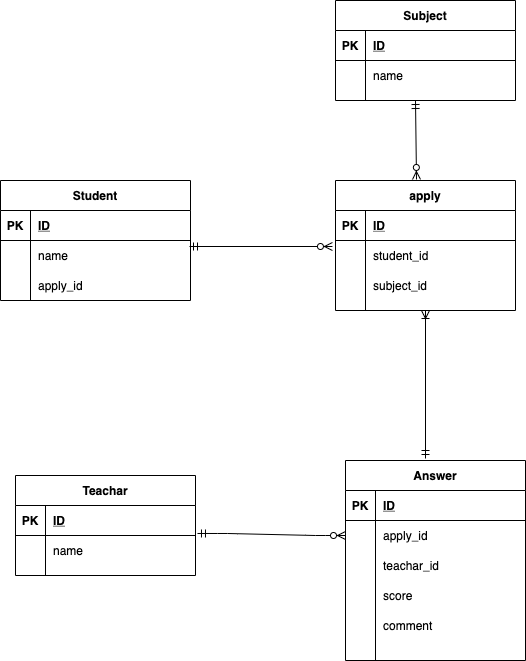
Above: index.drawio.png in ninaaaaaaaaaaaaaaa/er (draw.io), before the change. Source tidied: cells renumbered, new cells last; positions are measured from the earlier drawing's top-left corner, leaving out a move shared by most shapes.
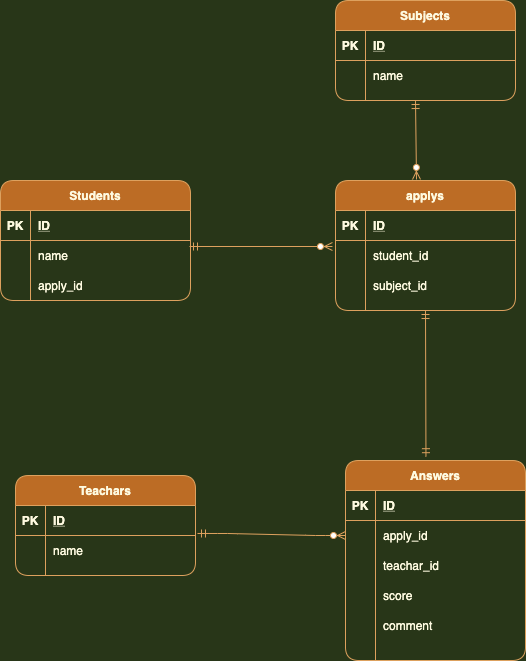
The same diagram one commit later.

Commit message:
直しました！

Change to the diagram source:
```diff
@@ -1,174 +1,174 @@
-<mxGraphModel>
+<mxGraphModel background="#283618">
   <root>
     <mxCell id="0" />
     <mxCell id="1" parent="0" />
-    <mxCell id="2" value="Student" style="shape=table;startSize=30;rowLines=0;fontStyle=1;align=center;" parent="1" vertex="1">
+    <mxCell id="2" value="Students" style="shape=table;startSize=30;rowLines=0;fontStyle=1;align=center;fillColor=#BC6C25;strokeColor=#DDA15E;fontColor=#FEFAE0;rounded=1;" parent="1" vertex="1">
       <mxGeometry y="180" width="190" height="120" as="geometry" />
     </mxCell>
-    <mxCell id="3" style="shape=partialRectangle;fillColor=none;top=0;left=0;bottom=1;right=0;" parent="2" vertex="1">
+    <mxCell id="3" style="shape=partialRectangle;fillColor=none;top=0;left=0;bottom=1;right=0;strokeColor=#DDA15E;fontColor=#FEFAE0;rounded=1;" parent="2" vertex="1">
       <mxGeometry y="30" width="190" height="30" as="geometry" />
     </mxCell>
-    <mxCell id="4" value="PK" style="shape=partialRectangle;fillColor=none;top=0;left=0;bottom=0;right=0;fontStyle=1;overflow=hidden;" parent="3" vertex="1">
+    <mxCell id="4" value="PK" style="shape=partialRectangle;fillColor=none;top=0;left=0;bottom=0;right=0;fontStyle=1;overflow=hidden;strokeColor=#DDA15E;fontColor=#FEFAE0;rounded=1;" parent="3" vertex="1">
       <mxGeometry width="30" height="30" as="geometry" />
     </mxCell>
-    <mxCell id="5" value="ID" style="shape=partialRectangle;fillColor=none;top=0;left=0;bottom=0;right=0;align=left;spacingLeft=6;fontStyle=5;overflow=hidden;" parent="3" vertex="1">
+    <mxCell id="5" value="ID" style="shape=partialRectangle;fillColor=none;top=0;left=0;bottom=0;right=0;align=left;spacingLeft=6;fontStyle=5;overflow=hidden;strokeColor=#DDA15E;fontColor=#FEFAE0;rounded=1;" parent="3" vertex="1">
       <mxGeometry x="30" width="160" height="30" as="geometry" />
     </mxCell>
-    <mxCell id="6" style="shape=partialRectangle;fillColor=none;top=0;left=0;bottom=0;right=0;" parent="2" vertex="1">
+    <mxCell id="6" style="shape=partialRectangle;fillColor=none;top=0;left=0;bottom=0;right=0;strokeColor=#DDA15E;fontColor=#FEFAE0;rounded=1;" parent="2" vertex="1">
       <mxGeometry y="60" width="190" height="30" as="geometry" />
     </mxCell>
-    <mxCell id="7" style="shape=partialRectangle;fillColor=none;top=0;left=0;bottom=0;right=0;overflow=hidden;" parent="6" vertex="1">
+    <mxCell id="7" style="shape=partialRectangle;fillColor=none;top=0;left=0;bottom=0;right=0;overflow=hidden;strokeColor=#DDA15E;fontColor=#FEFAE0;rounded=1;" parent="6" vertex="1">
       <mxGeometry width="30" height="30" as="geometry" />
     </mxCell>
-    <mxCell id="8" value="name" style="shape=partialRectangle;fillColor=none;top=0;left=0;bottom=0;right=0;align=left;spacingLeft=6;overflow=hidden;" parent="6" vertex="1">
+    <mxCell id="8" value="name" style="shape=partialRectangle;fillColor=none;top=0;left=0;bottom=0;right=0;align=left;spacingLeft=6;overflow=hidden;strokeColor=#DDA15E;fontColor=#FEFAE0;rounded=1;" parent="6" vertex="1">
       <mxGeometry x="30" width="160" height="30" as="geometry" />
     </mxCell>
-    <mxCell id="9" style="shape=partialRectangle;fillColor=none;top=0;left=0;bottom=0;right=0;" parent="2" vertex="1">
+    <mxCell id="9" style="shape=partialRectangle;fillColor=none;top=0;left=0;bottom=0;right=0;strokeColor=#DDA15E;fontColor=#FEFAE0;rounded=1;" parent="2" vertex="1">
       <mxGeometry y="90" width="190" height="30" as="geometry" />
     </mxCell>
-    <mxCell id="10" style="shape=partialRectangle;fillColor=none;top=0;left=0;bottom=0;right=0;overflow=hidden;" parent="9" vertex="1">
+    <mxCell id="10" style="shape=partialRectangle;fillColor=none;top=0;left=0;bottom=0;right=0;overflow=hidden;strokeColor=#DDA15E;fontColor=#FEFAE0;rounded=1;" parent="9" vertex="1">
       <mxGeometry width="30" height="30" as="geometry" />
     </mxCell>
-    <mxCell id="11" value="apply_id" style="shape=partialRectangle;fillColor=none;top=0;left=0;bottom=0;right=0;align=left;spacingLeft=6;overflow=hidden;" parent="9" vertex="1">
+    <mxCell id="11" value="apply_id" style="shape=partialRectangle;fillColor=none;top=0;left=0;bottom=0;right=0;align=left;spacingLeft=6;overflow=hidden;strokeColor=#DDA15E;fontColor=#FEFAE0;rounded=1;" parent="9" vertex="1">
       <mxGeometry x="30" width="160" height="30" as="geometry" />
     </mxCell>
-    <mxCell id="12" value="Teachar" style="shape=table;startSize=30;rowLines=0;fontStyle=1;align=center;" parent="1" vertex="1">
+    <mxCell id="12" value="Teachars" style="shape=table;startSize=30;rowLines=0;fontStyle=1;align=center;fillColor=#BC6C25;strokeColor=#DDA15E;fontColor=#FEFAE0;rounded=1;" parent="1" vertex="1">
       <mxGeometry x="15" y="475" width="180" height="100" as="geometry" />
     </mxCell>
-    <mxCell id="13" style="shape=partialRectangle;fillColor=none;top=0;left=0;bottom=1;right=0;points=[[0,0.5],[1,0.5]];portConstraint=eastwest;" parent="12" vertex="1">
+    <mxCell id="13" style="shape=partialRectangle;fillColor=none;top=0;left=0;bottom=1;right=0;points=[[0,0.5],[1,0.5]];portConstraint=eastwest;strokeColor=#DDA15E;fontColor=#FEFAE0;rounded=1;" parent="12" vertex="1">
       <mxGeometry y="30" width="180" height="30" as="geometry" />
     </mxCell>
-    <mxCell id="14" value="PK" style="shape=partialRectangle;fillColor=none;top=0;left=0;bottom=0;right=0;fontStyle=1;overflow=hidden;" parent="13" vertex="1">
+    <mxCell id="14" value="PK" style="shape=partialRectangle;fillColor=none;top=0;left=0;bottom=0;right=0;fontStyle=1;overflow=hidden;strokeColor=#DDA15E;fontColor=#FEFAE0;rounded=1;" parent="13" vertex="1">
       <mxGeometry width="30" height="30" as="geometry" />
     </mxCell>
-    <mxCell id="15" value="ID" style="shape=partialRectangle;fillColor=none;top=0;left=0;bottom=0;right=0;align=left;spacingLeft=6;fontStyle=5;overflow=hidden;" parent="13" vertex="1">
+    <mxCell id="15" value="ID" style="shape=partialRectangle;fillColor=none;top=0;left=0;bottom=0;right=0;align=left;spacingLeft=6;fontStyle=5;overflow=hidden;strokeColor=#DDA15E;fontColor=#FEFAE0;rounded=1;" parent="13" vertex="1">
       <mxGeometry x="30" width="150" height="30" as="geometry" />
     </mxCell>
-    <mxCell id="16" style="shape=partialRectangle;fillColor=none;top=0;left=0;bottom=0;right=0;" parent="12" vertex="1">
+    <mxCell id="16" style="shape=partialRectangle;fillColor=none;top=0;left=0;bottom=0;right=0;strokeColor=#DDA15E;fontColor=#FEFAE0;rounded=1;" parent="12" vertex="1">
       <mxGeometry y="60" width="180" height="30" as="geometry" />
     </mxCell>
-    <mxCell id="17" style="shape=partialRectangle;fillColor=none;top=0;left=0;bottom=0;right=0;overflow=hidden;" parent="16" vertex="1">
+    <mxCell id="17" style="shape=partialRectangle;fillColor=none;top=0;left=0;bottom=0;right=0;overflow=hidden;strokeColor=#DDA15E;fontColor=#FEFAE0;rounded=1;" parent="16" vertex="1">
       <mxGeometry width="30" height="30" as="geometry" />
     </mxCell>
-    <mxCell id="18" value="name" style="shape=partialRectangle;fillColor=none;top=0;left=0;bottom=0;right=0;align=left;spacingLeft=6;overflow=hidden;" parent="16" vertex="1">
+    <mxCell id="18" value="name" style="shape=partialRectangle;fillColor=none;top=0;left=0;bottom=0;right=0;align=left;spacingLeft=6;overflow=hidden;strokeColor=#DDA15E;fontColor=#FEFAE0;rounded=1;" parent="16" vertex="1">
       <mxGeometry x="30" width="150" height="30" as="geometry" />
     </mxCell>
-    <mxCell id="19" value="Subject" style="shape=table;startSize=30;rowLines=0;fontStyle=1;align=center;" parent="1" vertex="1">
+    <mxCell id="19" value="Subjects" style="shape=table;startSize=30;rowLines=0;fontStyle=1;align=center;fillColor=#BC6C25;strokeColor=#DDA15E;fontColor=#FEFAE0;rounded=1;" parent="1" vertex="1">
       <mxGeometry x="335" width="180" height="100" as="geometry" />
     </mxCell>
-    <mxCell id="20" style="shape=partialRectangle;fillColor=none;top=0;left=0;bottom=1;right=0;" parent="19" vertex="1">
+    <mxCell id="20" style="shape=partialRectangle;fillColor=none;top=0;left=0;bottom=1;right=0;strokeColor=#DDA15E;fontColor=#FEFAE0;rounded=1;" parent="19" vertex="1">
       <mxGeometry y="30" width="180" height="30" as="geometry" />
     </mxCell>
-    <mxCell id="21" value="PK" style="shape=partialRectangle;fillColor=none;top=0;left=0;bottom=0;right=0;fontStyle=1;overflow=hidden;" parent="20" vertex="1">
+    <mxCell id="21" value="PK" style="shape=partialRectangle;fillColor=none;top=0;left=0;bottom=0;right=0;fontStyle=1;overflow=hidden;strokeColor=#DDA15E;fontColor=#FEFAE0;rounded=1;" parent="20" vertex="1">
       <mxGeometry width="30" height="30" as="geometry" />
     </mxCell>
-    <mxCell id="22" value="ID" style="shape=partialRectangle;fillColor=none;top=0;left=0;bottom=0;right=0;align=left;spacingLeft=6;fontStyle=5;overflow=hidden;" parent="20" vertex="1">
+    <mxCell id="22" value="ID" style="shape=partialRectangle;fillColor=none;top=0;left=0;bottom=0;right=0;align=left;spacingLeft=6;fontStyle=5;overflow=hidden;strokeColor=#DDA15E;fontColor=#FEFAE0;rounded=1;" parent="20" vertex="1">
       <mxGeometry x="30" width="150" height="30" as="geometry" />
     </mxCell>
-    <mxCell id="23" style="shape=partialRectangle;fillColor=none;top=0;left=0;bottom=0;right=0;" parent="19" vertex="1">
+    <mxCell id="23" style="shape=partialRectangle;fillColor=none;top=0;left=0;bottom=0;right=0;strokeColor=#DDA15E;fontColor=#FEFAE0;rounded=1;" parent="19" vertex="1">
       <mxGeometry y="60" width="180" height="30" as="geometry" />
     </mxCell>
-    <mxCell id="24" style="shape=partialRectangle;fillColor=none;top=0;left=0;bottom=0;right=0;overflow=hidden;" parent="23" vertex="1">
+    <mxCell id="24" style="shape=partialRectangle;fillColor=none;top=0;left=0;bottom=0;right=0;overflow=hidden;strokeColor=#DDA15E;fontColor=#FEFAE0;rounded=1;" parent="23" vertex="1">
       <mxGeometry width="30" height="30" as="geometry" />
     </mxCell>
-    <mxCell id="25" value="name" style="shape=partialRectangle;fillColor=none;top=0;left=0;bottom=0;right=0;align=left;spacingLeft=6;overflow=hidden;" parent="23" vertex="1">
+    <mxCell id="25" value="name" style="shape=partialRectangle;fillColor=none;top=0;left=0;bottom=0;right=0;align=left;spacingLeft=6;overflow=hidden;strokeColor=#DDA15E;fontColor=#FEFAE0;rounded=1;" parent="23" vertex="1">
       <mxGeometry x="30" width="150" height="30" as="geometry" />
     </mxCell>
-    <mxCell id="26" value="Answer" style="shape=table;startSize=30;rowLines=0;fontStyle=1;align=center;" parent="1" vertex="1">
+    <mxCell id="26" value="Answers" style="shape=table;startSize=30;rowLines=0;fontStyle=1;align=center;fillColor=#BC6C25;strokeColor=#DDA15E;fontColor=#FEFAE0;rounded=1;" parent="1" vertex="1">
       <mxGeometry x="345" y="460" width="180" height="200" as="geometry" />
     </mxCell>
-    <mxCell id="27" style="shape=partialRectangle;fillColor=none;top=0;left=0;bottom=1;right=0;" parent="26" vertex="1">
+    <mxCell id="27" style="shape=partialRectangle;fillColor=none;top=0;left=0;bottom=1;right=0;strokeColor=#DDA15E;fontColor=#FEFAE0;rounded=1;" parent="26" vertex="1">
       <mxGeometry y="30" width="180" height="30" as="geometry" />
     </mxCell>
-    <mxCell id="28" value="PK" style="shape=partialRectangle;fillColor=none;top=0;left=0;bottom=0;right=0;fontStyle=1;overflow=hidden;" parent="27" vertex="1">
+    <mxCell id="28" value="PK" style="shape=partialRectangle;fillColor=none;top=0;left=0;bottom=0;right=0;fontStyle=1;overflow=hidden;strokeColor=#DDA15E;fontColor=#FEFAE0;rounded=1;" parent="27" vertex="1">
       <mxGeometry width="30" height="30" as="geometry" />
     </mxCell>
-    <mxCell id="29" value="ID" style="shape=partialRectangle;fillColor=none;top=0;left=0;bottom=0;right=0;align=left;spacingLeft=6;fontStyle=5;overflow=hidden;" parent="27" vertex="1">
+    <mxCell id="29" value="ID" style="shape=partialRectangle;fillColor=none;top=0;left=0;bottom=0;right=0;align=left;spacingLeft=6;fontStyle=5;overflow=hidden;strokeColor=#DDA15E;fontColor=#FEFAE0;rounded=1;" parent="27" vertex="1">
       <mxGeometry x="30" width="150" height="30" as="geometry" />
     </mxCell>
-    <mxCell id="30" style="shape=partialRectangle;fillColor=none;top=0;left=0;bottom=0;right=0;points=[[0,0.5],[1,0.5]];portConstraint=eastwest;" parent="26" vertex="1">
+    <mxCell id="30" style="shape=partialRectangle;fillColor=none;top=0;left=0;bottom=0;right=0;points=[[0,0.5],[1,0.5]];portConstraint=eastwest;strokeColor=#DDA15E;fontColor=#FEFAE0;rounded=1;" parent="26" vertex="1">
       <mxGeometry y="60" width="180" height="30" as="geometry" />
     </mxCell>
-    <mxCell id="31" style="shape=partialRectangle;fillColor=none;top=0;left=0;bottom=0;right=0;overflow=hidden;" parent="30" vertex="1">
+    <mxCell id="31" style="shape=partialRectangle;fillColor=none;top=0;left=0;bottom=0;right=0;overflow=hidden;strokeColor=#DDA15E;fontColor=#FEFAE0;rounded=1;" parent="30" vertex="1">
       <mxGeometry width="30" height="30" as="geometry" />
     </mxCell>
-    <mxCell id="32" value="apply_id" style="shape=partialRectangle;fillColor=none;top=0;left=0;bottom=0;right=0;align=left;spacingLeft=6;overflow=hidden;" parent="30" vertex="1">
+    <mxCell id="32" value="apply_id" style="shape=partialRectangle;fillColor=none;top=0;left=0;bottom=0;right=0;align=left;spacingLeft=6;overflow=hidden;strokeColor=#DDA15E;fontColor=#FEFAE0;rounded=1;" parent="30" vertex="1">
       <mxGeometry x="30" width="150" height="30" as="geometry" />
     </mxCell>
-    <mxCell id="33" style="shape=partialRectangle;fillColor=none;top=0;left=0;bottom=0;right=0;" parent="26" vertex="1">
+    <mxCell id="33" style="shape=partialRectangle;fillColor=none;top=0;left=0;bottom=0;right=0;strokeColor=#DDA15E;fontColor=#FEFAE0;rounded=1;" parent="26" vertex="1">
       <mxGeometry y="90" width="180" height="30" as="geometry" />
     </mxCell>
-    <mxCell id="34" style="shape=partialRectangle;fillColor=none;top=0;left=0;bottom=0;right=0;overflow=hidden;" parent="33" vertex="1">
+    <mxCell id="34" style="shape=partialRectangle;fillColor=none;top=0;left=0;bottom=0;right=0;overflow=hidden;strokeColor=#DDA15E;fontColor=#FEFAE0;rounded=1;" parent="33" vertex="1">
       <mxGeometry width="30" height="30" as="geometry" />
     </mxCell>
-    <mxCell id="35" value="teachar_id" style="shape=partialRectangle;fillColor=none;top=0;left=0;bottom=0;right=0;align=left;spacingLeft=6;overflow=hidden;" parent="33" vertex="1">
+    <mxCell id="35" value="teachar_id" style="shape=partialRectangle;fillColor=none;top=0;left=0;bottom=0;right=0;align=left;spacingLeft=6;overflow=hidden;strokeColor=#DDA15E;fontColor=#FEFAE0;rounded=1;" parent="33" vertex="1">
       <mxGeometry x="30" width="150" height="30" as="geometry" />
     </mxCell>
-    <mxCell id="36" style="shape=partialRectangle;fillColor=none;top=0;left=0;bottom=0;right=0;" parent="26" vertex="1">
+    <mxCell id="36" style="shape=partialRectangle;fillColor=none;top=0;left=0;bottom=0;right=0;strokeColor=#DDA15E;fontColor=#FEFAE0;rounded=1;" parent="26" vertex="1">
       <mxGeometry y="120" width="180" height="30" as="geometry" />
     </mxCell>
-    <mxCell id="37" style="shape=partialRectangle;fillColor=none;top=0;left=0;bottom=0;right=0;overflow=hidden;" parent="36" vertex="1">
+    <mxCell id="37" style="shape=partialRectangle;fillColor=none;top=0;left=0;bottom=0;right=0;overflow=hidden;strokeColor=#DDA15E;fontColor=#FEFAE0;rounded=1;" parent="36" vertex="1">
       <mxGeometry width="30" height="30" as="geometry" />
     </mxCell>
-    <mxCell id="38" value="score" style="shape=partialRectangle;fillColor=none;top=0;left=0;bottom=0;right=0;align=left;spacingLeft=6;overflow=hidden;" parent="36" vertex="1">
+    <mxCell id="38" value="score" style="shape=partialRectangle;fillColor=none;top=0;left=0;bottom=0;right=0;align=left;spacingLeft=6;overflow=hidden;strokeColor=#DDA15E;fontColor=#FEFAE0;rounded=1;" parent="36" vertex="1">
       <mxGeometry x="30" width="150" height="30" as="geometry" />
     </mxCell>
-    <mxCell id="39" style="shape=partialRectangle;fillColor=none;top=0;left=0;bottom=0;right=0;" parent="26" vertex="1">
+    <mxCell id="39" style="shape=partialRectangle;fillColor=none;top=0;left=0;bottom=0;right=0;strokeColor=#DDA15E;fontColor=#FEFAE0;rounded=1;" parent="26" vertex="1">
       <mxGeometry y="150" width="180" height="30" as="geometry" />
     </mxCell>
-    <mxCell id="40" style="shape=partialRectangle;fillColor=none;top=0;left=0;bottom=0;right=0;overflow=hidden;" parent="39" vertex="1">
+    <mxCell id="40" style="shape=partialRectangle;fillColor=none;top=0;left=0;bottom=0;right=0;overflow=hidden;strokeColor=#DDA15E;fontColor=#FEFAE0;rounded=1;" parent="39" vertex="1">
       <mxGeometry width="30" height="30" as="geometry" />
     </mxCell>
-    <mxCell id="41" value="comment" style="shape=partialRectangle;fillColor=none;top=0;left=0;bottom=0;right=0;align=left;spacingLeft=6;overflow=hidden;" parent="39" vertex="1">
+    <mxCell id="41" value="comment" style="shape=partialRectangle;fillColor=none;top=0;left=0;bottom=0;right=0;align=left;spacingLeft=6;overflow=hidden;strokeColor=#DDA15E;fontColor=#FEFAE0;rounded=1;" parent="39" vertex="1">
       <mxGeometry x="30" width="150" height="30" as="geometry" />
     </mxCell>
-    <mxCell id="42" value="apply" style="shape=table;startSize=30;rowLines=0;fontStyle=1;align=center;" parent="1" vertex="1">
+    <mxCell id="42" value="applys" style="shape=table;startSize=30;rowLines=0;fontStyle=1;align=center;fillColor=#BC6C25;strokeColor=#DDA15E;fontColor=#FEFAE0;rounded=1;" parent="1" vertex="1">
       <mxGeometry x="335" y="180" width="180" height="130" as="geometry" />
     </mxCell>
-    <mxCell id="43" style="shape=partialRectangle;fillColor=none;top=0;left=0;bottom=1;right=0;" parent="42" vertex="1">
+    <mxCell id="43" style="shape=partialRectangle;fillColor=none;top=0;left=0;bottom=1;right=0;strokeColor=#DDA15E;fontColor=#FEFAE0;rounded=1;" parent="42" vertex="1">
       <mxGeometry y="30" width="180" height="30" as="geometry" />
     </mxCell>
-    <mxCell id="44" value="PK" style="shape=partialRectangle;fillColor=none;top=0;left=0;bottom=0;right=0;fontStyle=1;overflow=hidden;" parent="43" vertex="1">
+    <mxCell id="44" value="PK" style="shape=partialRectangle;fillColor=none;top=0;left=0;bottom=0;right=0;fontStyle=1;overflow=hidden;strokeColor=#DDA15E;fontColor=#FEFAE0;rounded=1;" parent="43" vertex="1">
       <mxGeometry width="30" height="30" as="geometry" />
     </mxCell>
-    <mxCell id="45" value="ID" style="shape=partialRectangle;fillColor=none;top=0;left=0;bottom=0;right=0;align=left;spacingLeft=6;fontStyle=5;overflow=hidden;" parent="43" vertex="1">
+    <mxCell id="45" value="ID" style="shape=partialRectangle;fillColor=none;top=0;left=0;bottom=0;right=0;align=left;spacingLeft=6;fontStyle=5;overflow=hidden;strokeColor=#DDA15E;fontColor=#FEFAE0;rounded=1;" parent="43" vertex="1">
       <mxGeometry x="30" width="150" height="30" as="geometry" />
     </mxCell>
-    <mxCell id="46" style="shape=partialRectangle;fillColor=none;top=0;left=0;bottom=0;right=0;points=[[0,0.5],[1,0.5]];portConstraint=eastwest;" parent="42" vertex="1">
+    <mxCell id="46" style="shape=partialRectangle;fillColor=none;top=0;left=0;bottom=0;right=0;points=[[0,0.5],[1,0.5]];portConstraint=eastwest;strokeColor=#DDA15E;fontColor=#FEFAE0;rounded=1;" parent="42" vertex="1">
       <mxGeometry y="60" width="180" height="30" as="geometry" />
     </mxCell>
-    <mxCell id="47" style="shape=partialRectangle;fillColor=none;top=0;left=0;bottom=0;right=0;overflow=hidden;" parent="46" vertex="1">
+    <mxCell id="47" style="shape=partialRectangle;fillColor=none;top=0;left=0;bottom=0;right=0;overflow=hidden;strokeColor=#DDA15E;fontColor=#FEFAE0;rounded=1;" parent="46" vertex="1">
       <mxGeometry width="30" height="30" as="geometry" />
     </mxCell>
-    <mxCell id="48" value="student_id" style="shape=partialRectangle;fillColor=none;top=0;left=0;bottom=0;right=0;align=left;spacingLeft=6;overflow=hidden;" parent="46" vertex="1">
+    <mxCell id="48" value="student_id" style="shape=partialRectangle;fillColor=none;top=0;left=0;bottom=0;right=0;align=left;spacingLeft=6;overflow=hidden;strokeColor=#DDA15E;fontColor=#FEFAE0;rounded=1;" parent="46" vertex="1">
       <mxGeometry x="30" width="150" height="30" as="geometry" />
     </mxCell>
-    <mxCell id="49" style="shape=partialRectangle;fillColor=none;top=0;left=0;bottom=0;right=0;" parent="42" vertex="1">
+    <mxCell id="49" style="shape=partialRectangle;fillColor=none;top=0;left=0;bottom=0;right=0;strokeColor=#DDA15E;fontColor=#FEFAE0;rounded=1;" parent="42" vertex="1">
       <mxGeometry y="90" width="180" height="30" as="geometry" />
     </mxCell>
-    <mxCell id="50" style="shape=partialRectangle;fillColor=none;top=0;left=0;bottom=0;right=0;overflow=hidden;" parent="49" vertex="1">
+    <mxCell id="50" style="shape=partialRectangle;fillColor=none;top=0;left=0;bottom=0;right=0;overflow=hidden;strokeColor=#DDA15E;fontColor=#FEFAE0;rounded=1;" parent="49" vertex="1">
       <mxGeometry width="30" height="30" as="geometry" />
     </mxCell>
-    <mxCell id="51" value="subject_id" style="shape=partialRectangle;fillColor=none;top=0;left=0;bottom=0;right=0;align=left;spacingLeft=6;overflow=hidden;" parent="49" vertex="1">
+    <mxCell id="51" value="subject_id" style="shape=partialRectangle;fillColor=none;top=0;left=0;bottom=0;right=0;align=left;spacingLeft=6;overflow=hidden;strokeColor=#DDA15E;fontColor=#FEFAE0;rounded=1;" parent="49" vertex="1">
       <mxGeometry x="30" width="150" height="30" as="geometry" />
     </mxCell>
-    <mxCell id="52" style="fontSize=12;html=1;endArrow=ERzeroToMany;startArrow=ERmandOne;entryX=0.45;entryY=-0.008;entryDx=0;entryDy=0;entryPerimeter=0;" parent="1" edge="1" target="42">
+    <mxCell id="52" style="fontSize=12;html=1;endArrow=ERzeroToMany;startArrow=ERmandOne;entryX=0.45;entryY=-0.008;entryDx=0;entryDy=0;entryPerimeter=0;strokeColor=#DDA15E;fontColor=#FEFAE0;labelBackgroundColor=#283618;" parent="1" edge="1" target="42">
       <mxGeometry relative="1" as="geometry">
         <mxPoint x="415" y="100" as="sourcePoint" />
       </mxGeometry>
     </mxCell>
-    <mxCell id="53" style="fontSize=12;html=1;endArrow=ERzeroToMany;startArrow=ERmandOne;entryX=-0.017;entryY=0.2;entryDx=0;entryDy=0;entryPerimeter=0;" parent="1" edge="1" target="46">
+    <mxCell id="53" style="fontSize=12;html=1;endArrow=ERzeroToMany;startArrow=ERmandOne;entryX=-0.017;entryY=0.2;entryDx=0;entryDy=0;entryPerimeter=0;strokeColor=#DDA15E;fontColor=#FEFAE0;labelBackgroundColor=#283618;" parent="1" edge="1" target="46">
       <mxGeometry relative="1" as="geometry">
         <mxPoint x="189" y="246" as="sourcePoint" />
       </mxGeometry>
     </mxCell>
-    <mxCell id="54" style="fontSize=12;html=1;endArrow=ERoneToMany;startArrow=ERmandOne;entryX=0.5;entryY=1;entryDx=0;entryDy=0;" parent="1" edge="1" target="42">
-      <mxGeometry relative="1" as="geometry">
-        <mxPoint x="425" y="458" as="sourcePoint" />
-      </mxGeometry>
-    </mxCell>
-    <mxCell id="55" style="edgeStyle=entityRelationEdgeStyle;fontSize=12;html=1;endArrow=ERzeroToMany;startArrow=ERmandOne;exitX=1.011;exitY=0.933;exitDx=0;exitDy=0;exitPerimeter=0;entryX=0;entryY=0.5;entryDx=0;entryDy=0;" parent="1" edge="1" source="13" target="30">
+    <mxCell id="55" style="edgeStyle=entityRelationEdgeStyle;fontSize=12;html=1;endArrow=ERzeroToMany;startArrow=ERmandOne;exitX=1.011;exitY=0.933;exitDx=0;exitDy=0;exitPerimeter=0;entryX=0;entryY=0.5;entryDx=0;entryDy=0;strokeColor=#DDA15E;fontColor=#FEFAE0;labelBackgroundColor=#283618;" parent="1" edge="1" source="13" target="30">
       <mxGeometry relative="1" as="geometry" />
     </mxCell>
+    <mxCell id="56" style="fontSize=12;html=1;endArrow=ERmandOne;startArrow=ERmandOne;fontColor=#FEFAE0;strokeColor=#DDA15E;fillColor=#BC6C25;exitX=0.447;exitY=-0.019;exitDx=0;exitDy=0;exitPerimeter=0;" parent="1" edge="1" source="26">
+      <mxGeometry relative="1" as="geometry">
+        <mxPoint x="425" y="310" as="targetPoint" />
+      </mxGeometry>
+    </mxCell>
   </root>
 </mxGraphModel>
```
